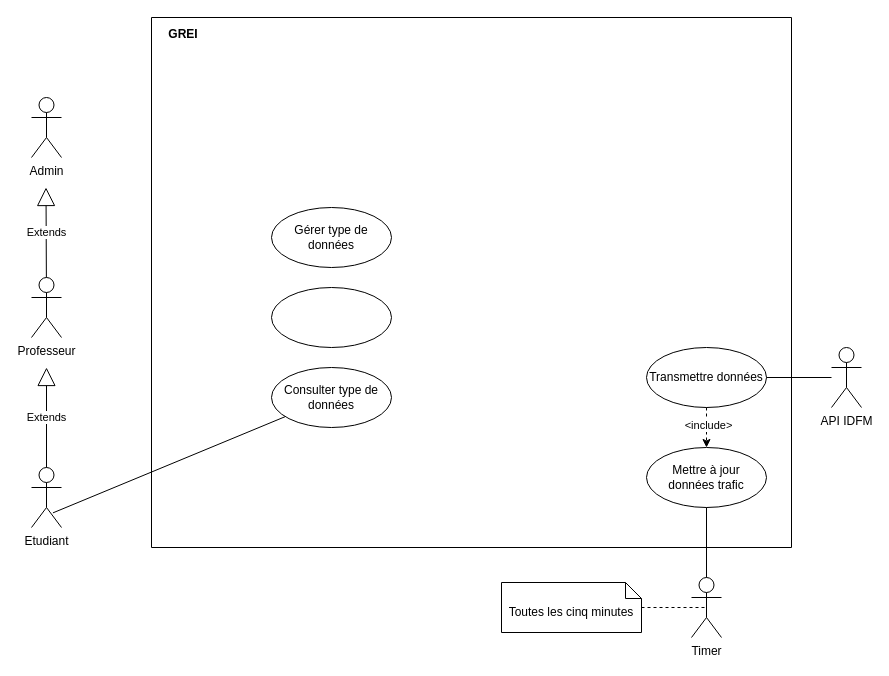
Earlier version of the draw.io diagram MaJBDD.drawio (LePetitMoka/Retards-ecole). Source tidied: cells renumbered, new cells numbered last; positions are measured from the earlier drawing's top-left corner, leaving out a move shared by most shapes. Both pictures are drawn from the tidied source at 100%, with x=0, y=0 at pixel (31, 17).
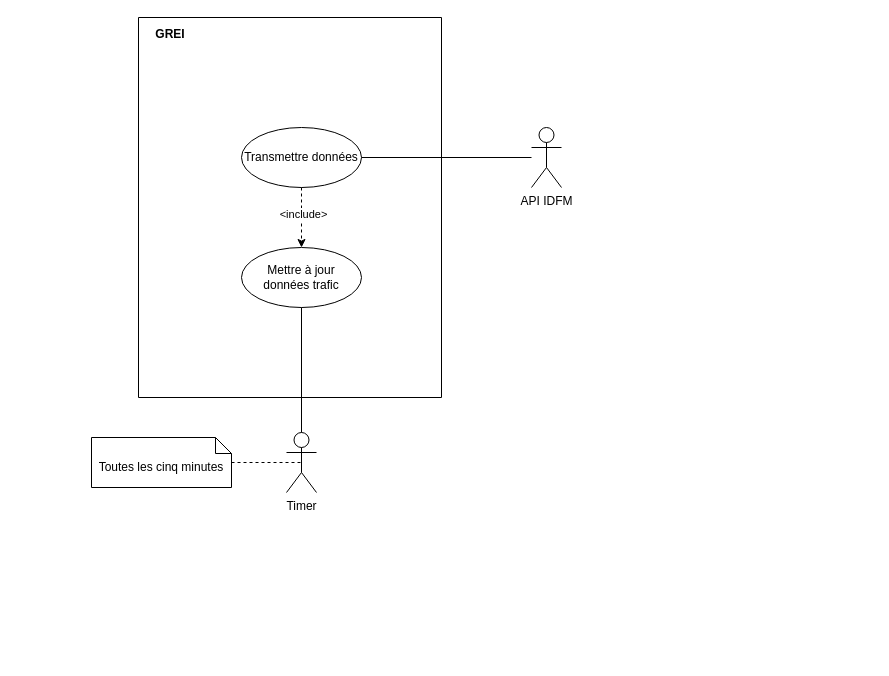
After the change.

Commit message:
Mettre à jour MaJBDD.drawio

Diff of the diagram source:
```diff
@@
     <mxCell id="2" value="GREI     " style="swimlane;startSize=0;spacingLeft=0;spacingBottom=-20;spacingRight=0;labelPosition=left;verticalLabelPosition=top;align=right;verticalAlign=bottom;textDirection=rtl;spacing=-4;spacingTop=0;" parent="1" vertex="1">
-      <mxGeometry x="120" width="640" height="530" as="geometry" />
+      <mxGeometry x="107" width="303" height="380" as="geometry" />
     </mxCell>
     <mxCell id="3" value="&lt;div&gt;Mettre à jour &lt;br&gt;&lt;/div&gt;données trafic" style="ellipse;whiteSpace=wrap;html=1;" parent="2" vertex="1">
-      <mxGeometry x="495" y="430" width="120" height="60" as="geometry" />
+      <mxGeometry x="103" y="230" width="120" height="60" as="geometry" />
     </mxCell>
     <mxCell id="4" value="Transmettre données" style="ellipse;whiteSpace=wrap;html=1;" parent="2" vertex="1">
-      <mxGeometry x="495" y="330" width="120" height="60" as="geometry" />
+      <mxGeometry x="103" y="110" width="120" height="60" as="geometry" />
     </mxCell>
@@
-    <mxCell id="7" value="Gérer type de données" style="ellipse;whiteSpace=wrap;html=1;" parent="2" vertex="1">
-      <mxGeometry x="120" y="190" width="120" height="60" as="geometry" />
-    </mxCell>
-    <mxCell id="8" value="Consulter type de données" style="ellipse;whiteSpace=wrap;html=1;" parent="2" vertex="1">
-      <mxGeometry x="120" y="350" width="120" height="60" as="geometry" />
-    </mxCell>
-    <mxCell id="9" style="ellipse;whiteSpace=wrap;html=1;" parent="2" vertex="1">
-      <mxGeometry x="120" y="270" width="120" height="60" as="geometry" />
-    </mxCell>
-    <mxCell id="10" value="Admin" style="shape=umlActor;verticalLabelPosition=bottom;verticalAlign=top;html=1;" parent="1" vertex="1">
-      <mxGeometry y="80" width="30" height="60" as="geometry" />
-    </mxCell>
-    <mxCell id="11" value="Professeur" style="shape=umlActor;verticalLabelPosition=bottom;verticalAlign=top;html=1;" parent="1" vertex="1">
-      <mxGeometry y="260" width="30" height="60" as="geometry" />
-    </mxCell>
-    <mxCell id="12" value="&lt;div&gt;Etudiant&lt;/div&gt;" style="shape=umlActor;verticalLabelPosition=bottom;verticalAlign=top;html=1;" parent="1" vertex="1">
-      <mxGeometry y="450" width="30" height="60" as="geometry" />
-    </mxCell>
     <mxCell id="13" value="Timer" style="shape=umlActor;verticalLabelPosition=bottom;verticalAlign=top;html=1;" parent="1" vertex="1">
-      <mxGeometry x="660" y="560" width="30" height="60" as="geometry" />
+      <mxGeometry x="255" y="415" width="30" height="60" as="geometry" />
     </mxCell>
     <mxCell id="14" value="Toutes les cinq minutes" style="shape=note2;boundedLbl=1;whiteSpace=wrap;html=1;size=16;verticalAlign=top;align=center;" parent="1" vertex="1">
-      <mxGeometry x="470" y="565" width="140" height="50" as="geometry" />
+      <mxGeometry x="60" y="420" width="140" height="50" as="geometry" />
     </mxCell>
@@
     <mxCell id="17" value="API IDFM" style="shape=umlActor;verticalLabelPosition=bottom;verticalAlign=top;html=1;" parent="1" vertex="1">
-      <mxGeometry x="800" y="330" width="30" height="60" as="geometry" />
+      <mxGeometry x="500" y="110" width="30" height="60" as="geometry" />
     </mxCell>
@@
-    <mxCell id="19" value="Extends" style="endArrow=block;endSize=16;endFill=0;html=1;rounded=0;" parent="1" edge="1" source="12">
-      <mxGeometry relative="1" as="geometry">
-        <mxPoint x="15" y="350" as="targetPoint" />
-      </mxGeometry>
-    </mxCell>
-    <mxCell id="20" value="Extends" style="endArrow=block;endSize=16;endFill=0;html=1;rounded=0;" parent="1" edge="1" source="11">
-      <mxGeometry relative="1" as="geometry">
-        <mxPoint x="14.5" y="170" as="targetPoint" />
-      </mxGeometry>
-    </mxCell>
-    <mxCell id="21" style="endArrow=none;html=1;rounded=0;exitX=0.715;exitY=0.756;exitDx=0;exitDy=0;exitPerimeter=0;" parent="1" edge="1" source="12" target="8">
-      <mxGeometry relative="1" as="geometry" />
-    </mxCell>
```
